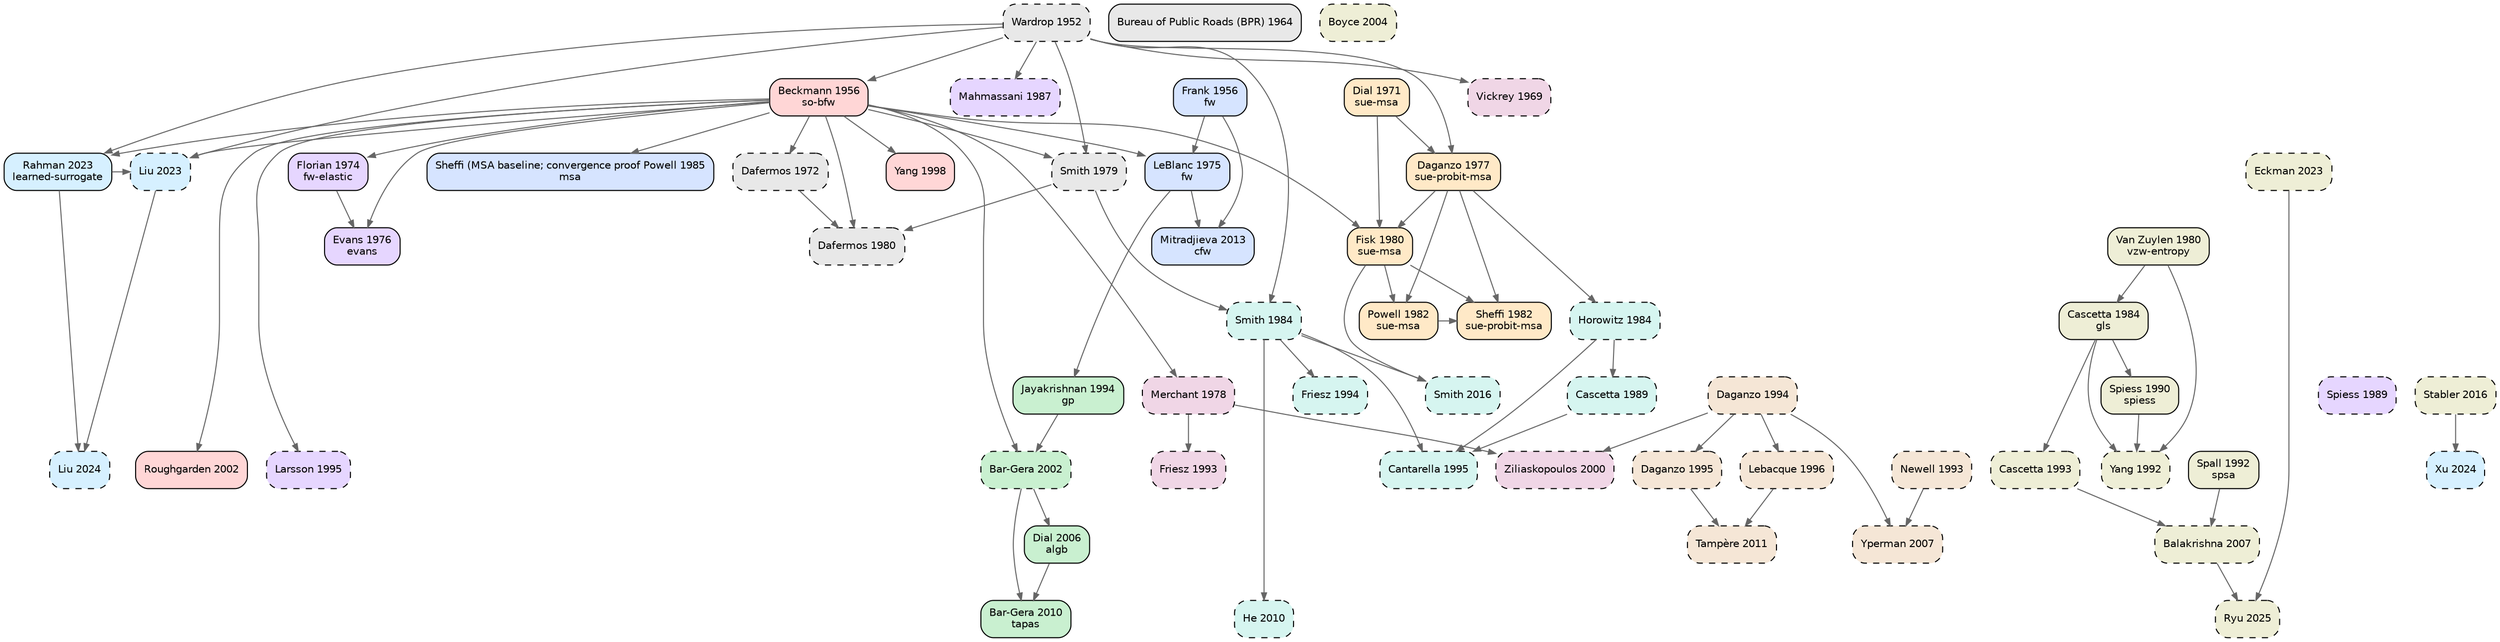
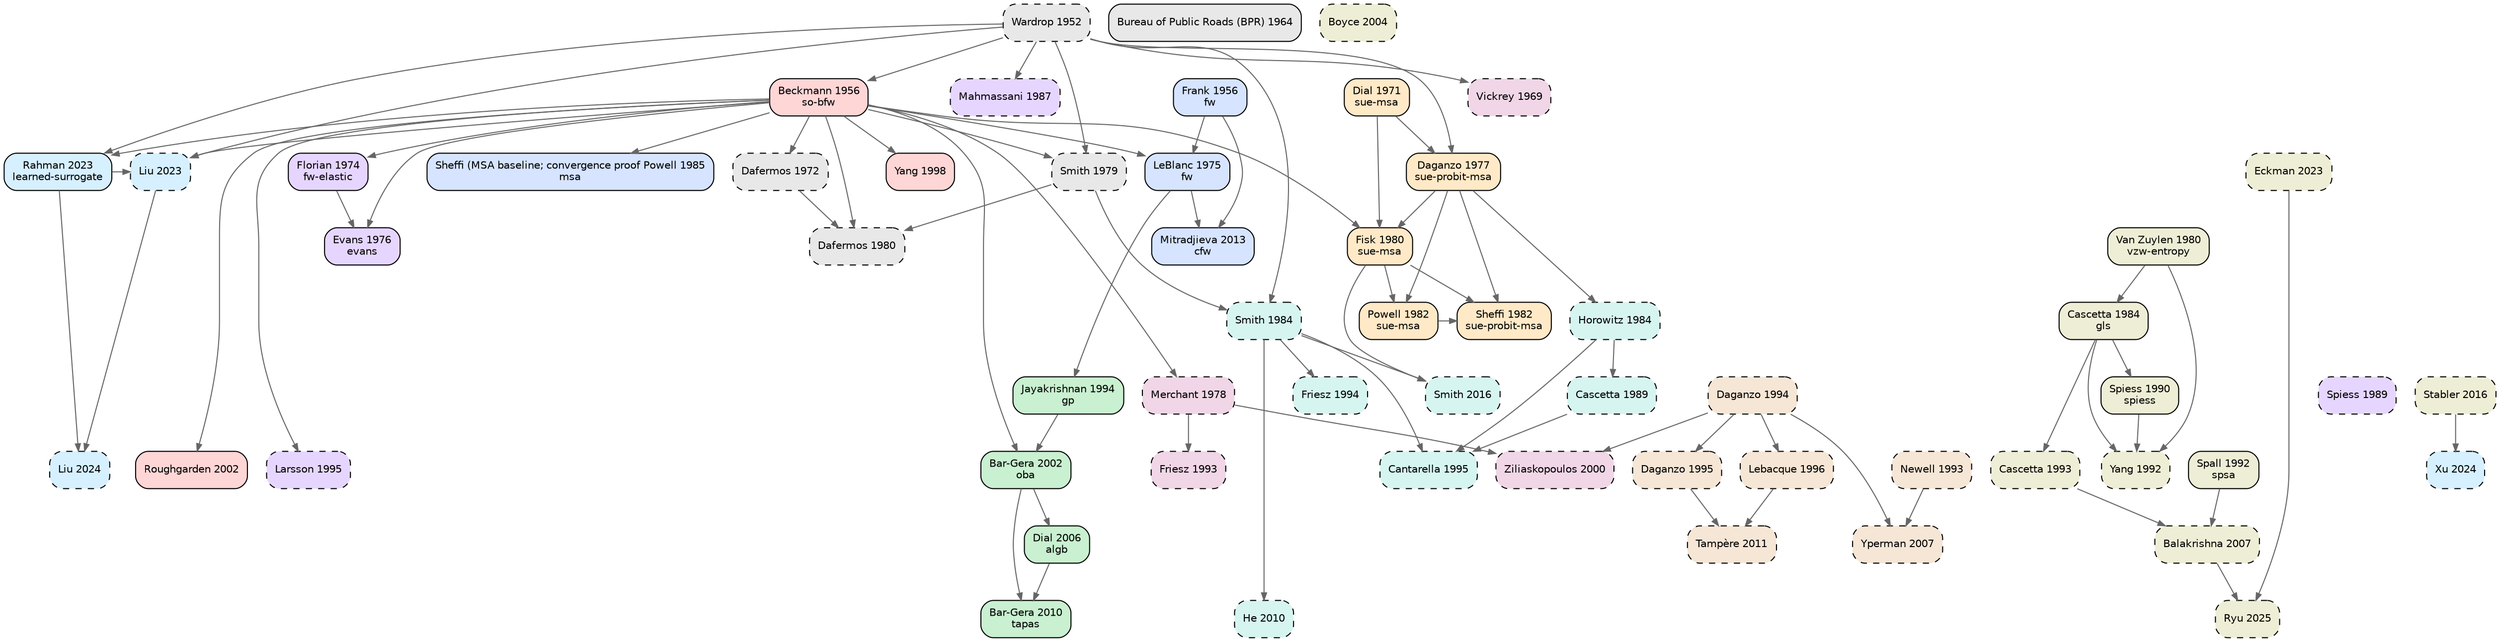
digraph TA_evolution {
  rankdir=TB; node [shape=box,style="rounded,filled",fontname="Helvetica",fontsize=10];
  edge [color="#666666",arrowsize=0.7];
  { rank=same; "wardrop1952some" }
  { rank=same; "frank1956algorithm" "beckmann1956studies" }
  { rank=same; "bpr1964traffic" }
  { rank=same; "vickrey1969congestion" }
  { rank=same; "dial1971probabilistic" }
  { rank=same; "dafermos1972traffic" }
  { rank=same; "florian1974method" }
  { rank=same; "leblanc1975efficient" }
  { rank=same; "evans1976derivation" }
  { rank=same; "daganzo1977stochastic" }
  { rank=same; "merchant1978model" }
  { rank=same; "smith1979existence" }
  { rank=same; "dafermos1980traffic" "fisk1980some" "vanzuylen1980most" }
  { rank=same; "powell1982convergence" "sheffi1982algorithm" }
  { rank=same; "horowitz1984stability" "smith1984stability" "cascetta1984estimation" }
  { rank=same; "sheffi1985urban" }
  { rank=same; "mahmassani1987on" }
  { rank=same; "spiess1989optimal" "cascetta1989stochastic" }
  { rank=same; "spiess1990gradient" }
  { rank=same; "spall1992multivariate" "yang1992estimation" }
  { rank=same; "newell1993simplified" "friesz1993variational" "cascetta1993dynamic" }
  { rank=same; "jayakrishnan1994faster" "friesz1994daytoday" "daganzo1994cell" }
  { rank=same; "larsson1995augmented" "cantarella1995dynamic" "daganzo1995cell" }
  { rank=same; "lebacque1996godunov" }
  { rank=same; "yang1998principle" }
  { rank=same; "ziliaskopoulos2000linear" }
  { rank=same; "bargera2002origin" "roughgarden2002how" }
  { rank=same; "boyce2004convergence" }
  { rank=same; "dial2006path" }
  { rank=same; "yperman2007link" "balakrishna2007offline" }
  { rank=same; "bargera2010traffic" "he2010linkbased" }
  { rank=same; "tampere2011generic" }
  { rank=same; "mitradjieva2013stiff" }
  { rank=same; "smith2016routeswapping" "stabler2016transportation" }
  { rank=same; "liu2023end" "rahman2023data" "eckman2023simopt" }
  { rank=same; "liu2024end" "xu2024unified" }
  { rank=same; "ryu2025bo4mob" }
  "wardrop1952some" [label="Wardrop 1952\n",fillcolor="#e8e8e8",style="rounded,filled,dashed"];
  "bpr1964traffic" [label="Bureau of Public Roads (BPR) 1964\n",fillcolor="#e8e8e8",style="rounded,filled"];
  "dafermos1972traffic" [label="Dafermos 1972\n",fillcolor="#e8e8e8",style="rounded,filled,dashed"];
  "smith1979existence" [label="Smith 1979\n",fillcolor="#e8e8e8",style="rounded,filled,dashed"];
  "dafermos1980traffic" [label="Dafermos 1980\n",fillcolor="#e8e8e8",style="rounded,filled,dashed"];
  "frank1956algorithm" [label="Frank 1956\nfw",fillcolor="#d6e4ff",style="rounded,filled"];
  "leblanc1975efficient" [label="LeBlanc 1975\nfw",fillcolor="#d6e4ff",style="rounded,filled"];
  "sheffi1985urban" [label="Sheffi (MSA baseline; convergence proof Powell 1985\nmsa",fillcolor="#d6e4ff",style="rounded,filled"];
  "mitradjieva2013stiff" [label="Mitradjieva 2013\ncfw",fillcolor="#d6e4ff",style="rounded,filled"];
  "jayakrishnan1994faster" [label="Jayakrishnan 1994\ngp",fillcolor="#c9f0d0",style="rounded,filled"];
-   "bargera2002origin" [label="Bar-Gera 2002\n",fillcolor="#c9f0d0",style="rounded,filled,dashed"];
+   "bargera2002origin" [label="Bar-Gera 2002\noba",fillcolor="#c9f0d0",style="rounded,filled"];
  "dial2006path" [label="Dial 2006\nalgb",fillcolor="#c9f0d0",style="rounded,filled"];
  "bargera2010traffic" [label="Bar-Gera 2010\ntapas",fillcolor="#c9f0d0",style="rounded,filled"];
  "dial1971probabilistic" [label="Dial 1971\nsue-msa",fillcolor="#ffe9c7",style="rounded,filled"];
  "daganzo1977stochastic" [label="Daganzo 1977\nsue-probit-msa",fillcolor="#ffe9c7",style="rounded,filled"];
  "fisk1980some" [label="Fisk 1980\nsue-msa",fillcolor="#ffe9c7",style="rounded,filled"];
  "powell1982convergence" [label="Powell 1982\nsue-msa",fillcolor="#ffe9c7",style="rounded,filled"];
  "sheffi1982algorithm" [label="Sheffi 1982\nsue-probit-msa",fillcolor="#ffe9c7",style="rounded,filled"];
  "beckmann1956studies" [label="Beckmann 1956\nso-bfw",fillcolor="#ffd6d6",style="rounded,filled"];
  "yang1998principle" [label="Yang 1998\n",fillcolor="#ffd6d6",style="rounded,filled"];
  "roughgarden2002how" [label="Roughgarden 2002\n",fillcolor="#ffd6d6",style="rounded,filled"];
  "florian1974method" [label="Florian 1974\nfw-elastic",fillcolor="#e6d6ff",style="rounded,filled"];
  "evans1976derivation" [label="Evans 1976\nevans",fillcolor="#e6d6ff",style="rounded,filled"];
  "mahmassani1987on" [label="Mahmassani 1987\n",fillcolor="#e6d6ff",style="rounded,filled,dashed"];
  "spiess1989optimal" [label="Spiess 1989\n",fillcolor="#e6d6ff",style="rounded,filled,dashed"];
  "larsson1995augmented" [label="Larsson 1995\n",fillcolor="#e6d6ff",style="rounded,filled,dashed"];
  "horowitz1984stability" [label="Horowitz 1984\n",fillcolor="#d6f5f0",style="rounded,filled,dashed"];
  "smith1984stability" [label="Smith 1984\n",fillcolor="#d6f5f0",style="rounded,filled,dashed"];
  "cascetta1989stochastic" [label="Cascetta 1989\n",fillcolor="#d6f5f0",style="rounded,filled,dashed"];
  "friesz1994daytoday" [label="Friesz 1994\n",fillcolor="#d6f5f0",style="rounded,filled,dashed"];
  "cantarella1995dynamic" [label="Cantarella 1995\n",fillcolor="#d6f5f0",style="rounded,filled,dashed"];
  "he2010linkbased" [label="He 2010\n",fillcolor="#d6f5f0",style="rounded,filled,dashed"];
  "smith2016routeswapping" [label="Smith 2016\n",fillcolor="#d6f5f0",style="rounded,filled,dashed"];
  "newell1993simplified" [label="Newell 1993\n",fillcolor="#f5e6d6",style="rounded,filled,dashed"];
  "daganzo1994cell" [label="Daganzo 1994\n",fillcolor="#f5e6d6",style="rounded,filled,dashed"];
  "daganzo1995cell" [label="Daganzo 1995\n",fillcolor="#f5e6d6",style="rounded,filled,dashed"];
  "lebacque1996godunov" [label="Lebacque 1996\n",fillcolor="#f5e6d6",style="rounded,filled,dashed"];
  "yperman2007link" [label="Yperman 2007\n",fillcolor="#f5e6d6",style="rounded,filled,dashed"];
  "tampere2011generic" [label="Tampère 2011\n",fillcolor="#f5e6d6",style="rounded,filled,dashed"];
  "vickrey1969congestion" [label="Vickrey 1969\n",fillcolor="#f0d6e6",style="rounded,filled,dashed"];
  "merchant1978model" [label="Merchant 1978\n",fillcolor="#f0d6e6",style="rounded,filled,dashed"];
  "friesz1993variational" [label="Friesz 1993\n",fillcolor="#f0d6e6",style="rounded,filled,dashed"];
  "ziliaskopoulos2000linear" [label="Ziliaskopoulos 2000\n",fillcolor="#f0d6e6",style="rounded,filled,dashed"];
  "liu2023end" [label="Liu 2023\n",fillcolor="#d6f0ff",style="rounded,filled,dashed"];
  "rahman2023data" [label="Rahman 2023\nlearned-surrogate",fillcolor="#d6f0ff",style="rounded,filled"];
  "liu2024end" [label="Liu 2024\n",fillcolor="#d6f0ff",style="rounded,filled,dashed"];
  "xu2024unified" [label="Xu 2024\n",fillcolor="#d6f0ff",style="rounded,filled,dashed"];
  "vanzuylen1980most" [label="Van Zuylen 1980\nvzw-entropy",fillcolor="#eeeed6",style="rounded,filled"];
  "cascetta1984estimation" [label="Cascetta 1984\ngls",fillcolor="#eeeed6",style="rounded,filled"];
  "spiess1990gradient" [label="Spiess 1990\nspiess",fillcolor="#eeeed6",style="rounded,filled"];
  "spall1992multivariate" [label="Spall 1992\nspsa",fillcolor="#eeeed6",style="rounded,filled"];
  "yang1992estimation" [label="Yang 1992\n",fillcolor="#eeeed6",style="rounded,filled,dashed"];
  "cascetta1993dynamic" [label="Cascetta 1993\n",fillcolor="#eeeed6",style="rounded,filled,dashed"];
  "boyce2004convergence" [label="Boyce 2004\n",fillcolor="#eeeed6",style="rounded,filled,dashed"];
  "balakrishna2007offline" [label="Balakrishna 2007\n",fillcolor="#eeeed6",style="rounded,filled,dashed"];
  "stabler2016transportation" [label="Stabler 2016\n",fillcolor="#eeeed6",style="rounded,filled,dashed"];
  "eckman2023simopt" [label="Eckman 2023\n",fillcolor="#eeeed6",style="rounded,filled,dashed"];
  "ryu2025bo4mob" [label="Ryu 2025\n",fillcolor="#eeeed6",style="rounded,filled,dashed"];
  "beckmann1956studies" -> "dafermos1972traffic";
  "wardrop1952some" -> "smith1979existence";
  "beckmann1956studies" -> "smith1979existence";
  "smith1979existence" -> "dafermos1980traffic";
  "beckmann1956studies" -> "dafermos1980traffic";
  "dafermos1972traffic" -> "dafermos1980traffic";
  "frank1956algorithm" -> "leblanc1975efficient";
  "beckmann1956studies" -> "leblanc1975efficient";
  "beckmann1956studies" -> "sheffi1985urban";
  "leblanc1975efficient" -> "mitradjieva2013stiff";
  "frank1956algorithm" -> "mitradjieva2013stiff";
  "leblanc1975efficient" -> "jayakrishnan1994faster";
  "jayakrishnan1994faster" -> "bargera2002origin";
  "beckmann1956studies" -> "bargera2002origin";
  "bargera2002origin" -> "dial2006path";
  "dial2006path" -> "bargera2010traffic";
  "bargera2002origin" -> "bargera2010traffic";
  "dial1971probabilistic" -> "daganzo1977stochastic";
  "wardrop1952some" -> "daganzo1977stochastic";
  "daganzo1977stochastic" -> "fisk1980some";
  "dial1971probabilistic" -> "fisk1980some";
  "beckmann1956studies" -> "fisk1980some";
  "fisk1980some" -> "powell1982convergence";
  "daganzo1977stochastic" -> "powell1982convergence";
  "daganzo1977stochastic" -> "sheffi1982algorithm";
  "powell1982convergence" -> "sheffi1982algorithm";
  "fisk1980some" -> "sheffi1982algorithm";
  "wardrop1952some" -> "beckmann1956studies";
  "beckmann1956studies" -> "yang1998principle";
  "beckmann1956studies" -> "roughgarden2002how";
  "beckmann1956studies" -> "florian1974method";
  "beckmann1956studies" -> "evans1976derivation";
  "florian1974method" -> "evans1976derivation";
  "wardrop1952some" -> "mahmassani1987on";
  "beckmann1956studies" -> "larsson1995augmented";
  "daganzo1977stochastic" -> "horowitz1984stability";
  "smith1979existence" -> "smith1984stability";
  "wardrop1952some" -> "smith1984stability";
  "horowitz1984stability" -> "cascetta1989stochastic";
  "smith1984stability" -> "friesz1994daytoday";
  "cascetta1989stochastic" -> "cantarella1995dynamic";
  "smith1984stability" -> "cantarella1995dynamic";
  "horowitz1984stability" -> "cantarella1995dynamic";
  "smith1984stability" -> "he2010linkbased";
  "smith1984stability" -> "smith2016routeswapping";
  "fisk1980some" -> "smith2016routeswapping";
  "daganzo1994cell" -> "daganzo1995cell";
  "daganzo1994cell" -> "lebacque1996godunov";
  "newell1993simplified" -> "yperman2007link";
  "daganzo1994cell" -> "yperman2007link";
  "daganzo1995cell" -> "tampere2011generic";
  "lebacque1996godunov" -> "tampere2011generic";
  "wardrop1952some" -> "vickrey1969congestion";
  "beckmann1956studies" -> "merchant1978model";
  "merchant1978model" -> "friesz1993variational";
  "merchant1978model" -> "ziliaskopoulos2000linear";
  "daganzo1994cell" -> "ziliaskopoulos2000linear";
  "rahman2023data" -> "liu2023end";
  "beckmann1956studies" -> "liu2023end";
  "wardrop1952some" -> "liu2023end";
  "wardrop1952some" -> "rahman2023data";
  "beckmann1956studies" -> "rahman2023data";
  "rahman2023data" -> "liu2024end";
  "liu2023end" -> "liu2024end";
  "stabler2016transportation" -> "xu2024unified";
  "vanzuylen1980most" -> "cascetta1984estimation";
  "cascetta1984estimation" -> "spiess1990gradient";
  "cascetta1984estimation" -> "yang1992estimation";
  "spiess1990gradient" -> "yang1992estimation";
  "vanzuylen1980most" -> "yang1992estimation";
  "cascetta1984estimation" -> "cascetta1993dynamic";
  "spall1992multivariate" -> "balakrishna2007offline";
  "cascetta1993dynamic" -> "balakrishna2007offline";
  "eckman2023simopt" -> "ryu2025bo4mob";
  "balakrishna2007offline" -> "ryu2025bo4mob";
}
